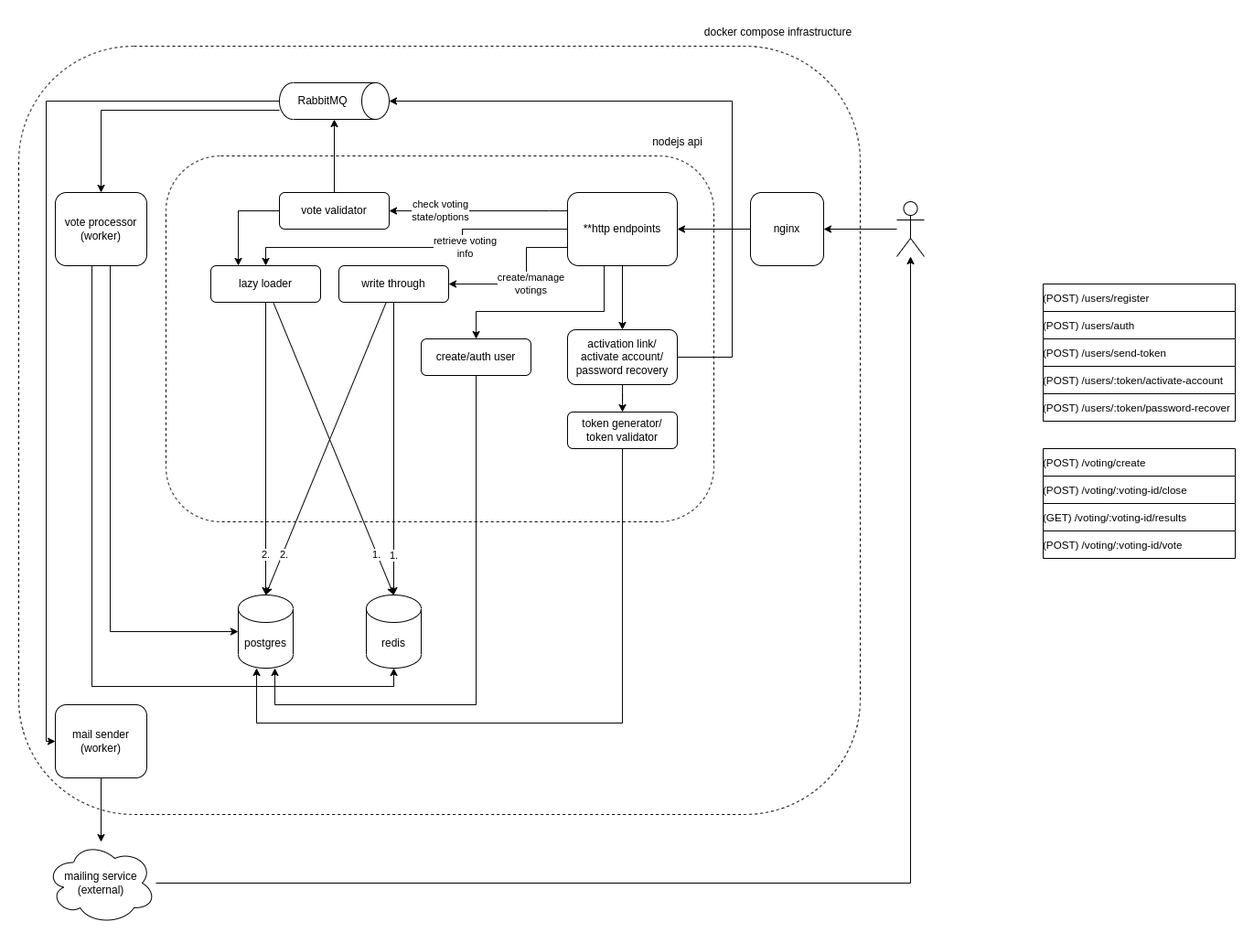
This is docs/ranked-choice-voting.architecture.png from 0x0th30/ranked-choice-voting, a draw.io export, as it was before one commit. Source tidied: cells renumbered, new cells last; positions are measured from the earlier drawing's top-left corner, leaving out a move shared by most shapes.
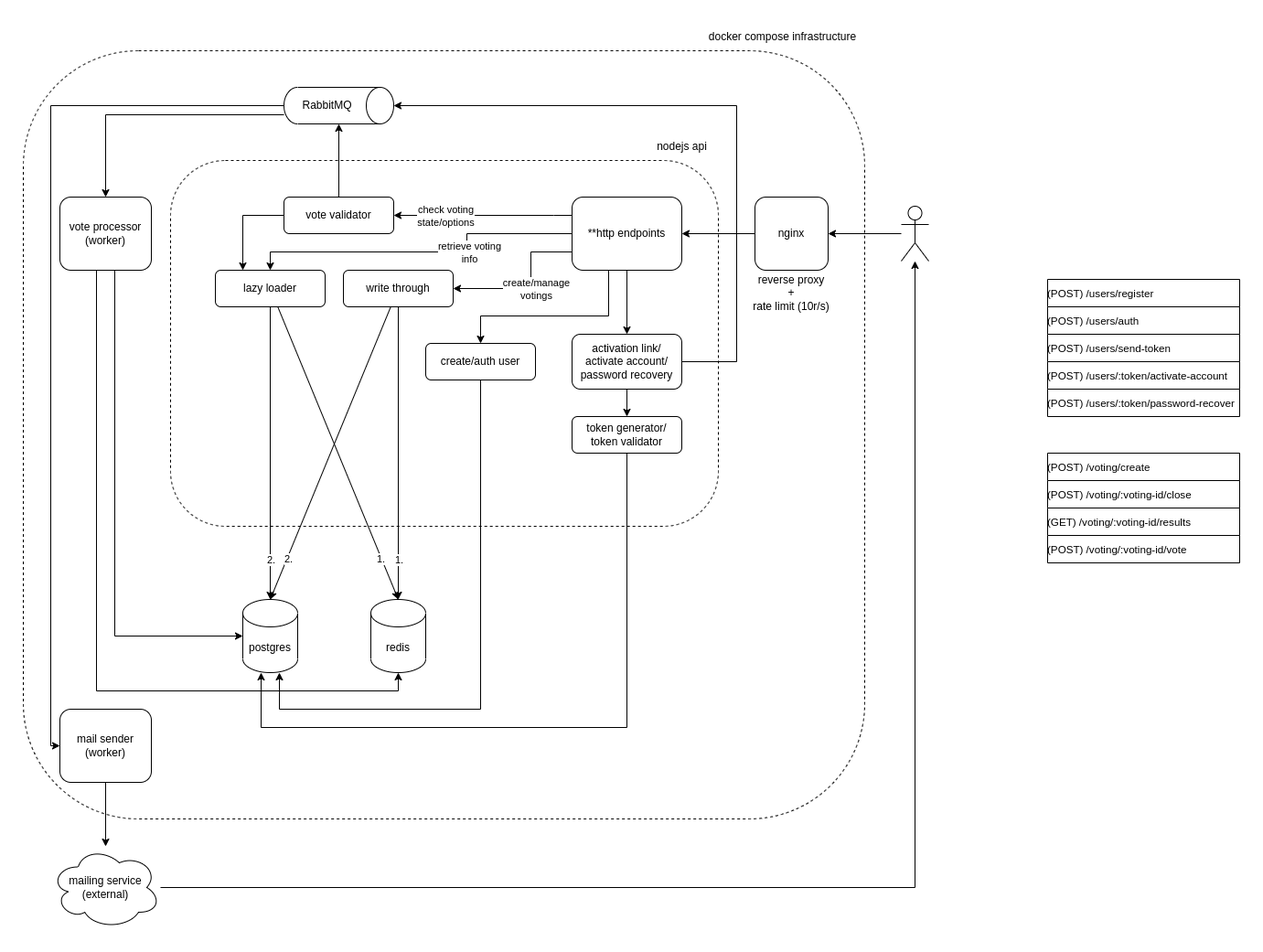
The same diagram one commit later.

Commit message:
docs: update architecture diagram

Diff of the diagram source:
```diff
@@ -189,16 +189,16 @@
       <mxGeometry x="960" y="200" width="30" height="60" as="geometry" />
     </mxCell>
     <mxCell id="45" value="&lt;div style=&quot;font-size: 1px&quot;&gt;&lt;font style=&quot;font-size:11.64px;font-family:Helvetica;color:#000000;direction:ltr;letter-spacing:0px;line-height:120%;opacity:1&quot;&gt;(POST) /users/auth&lt;/font&gt;&lt;/div&gt;" style="verticalAlign=middle;align=left;overflow=width;vsdxID=11;fillColor=#ffffff;gradientColor=none;shape=(stored shape, 160 characters);strokeColor=#000000;spacingTop=-3;spacingBottom=-3;spacingLeft=-3;spacingRight=-3;labelBackgroundColor=none;rounded=0;html=1;whiteSpace=wrap;" parent="1" vertex="1">
-      <mxGeometry x="1120" y="320" width="210" height="30" as="geometry" />
+      <mxGeometry x="1120" y="310" width="210" height="30" as="geometry" />
     </mxCell>
     <mxCell id="46" value="&lt;div style=&quot;font-size: 1px&quot;&gt;&lt;font style=&quot;font-size:11.64px;font-family:Helvetica;color:#000000;direction:ltr;letter-spacing:0px;line-height:120%;opacity:1&quot;&gt;(POST) /users/register&lt;/font&gt;&lt;/div&gt;" style="verticalAlign=middle;align=left;overflow=width;vsdxID=11;fillColor=#ffffff;gradientColor=none;shape=(stored shape, 160 characters);strokeColor=#000000;spacingTop=-3;spacingBottom=-3;spacingLeft=-3;spacingRight=-3;labelBackgroundColor=none;rounded=0;html=1;whiteSpace=wrap;" parent="1" vertex="1">
-      <mxGeometry x="1120" y="290" width="210" height="30" as="geometry" />
+      <mxGeometry x="1120" y="280" width="210" height="30" as="geometry" />
     </mxCell>
     <mxCell id="47" value="&lt;div style=&quot;font-size: 1px&quot;&gt;&lt;font style=&quot;font-size:11.64px;font-family:Helvetica;color:#000000;direction:ltr;letter-spacing:0px;line-height:120%;opacity:1&quot;&gt;(POST) /users/:token/password-recover&lt;/font&gt;&lt;/div&gt;" style="verticalAlign=middle;align=left;overflow=width;vsdxID=11;fillColor=#ffffff;gradientColor=none;shape=(stored shape, 160 characters);strokeColor=#000000;spacingTop=-3;spacingBottom=-3;spacingLeft=-3;spacingRight=-3;labelBackgroundColor=none;rounded=0;html=1;whiteSpace=wrap;" parent="1" vertex="1">
-      <mxGeometry x="1120" y="410" width="210" height="30" as="geometry" />
+      <mxGeometry x="1120" y="400" width="210" height="30" as="geometry" />
     </mxCell>
     <mxCell id="48" value="&lt;div style=&quot;font-size: 1px&quot;&gt;&lt;font style=&quot;font-size:11.64px;font-family:Helvetica;color:#000000;direction:ltr;letter-spacing:0px;line-height:120%;opacity:1&quot;&gt;(POST) /users/:token/activate-account&lt;/font&gt;&lt;/div&gt;" style="verticalAlign=middle;align=left;overflow=width;vsdxID=11;fillColor=#ffffff;gradientColor=none;shape=(stored shape, 160 characters);strokeColor=#000000;spacingTop=-3;spacingBottom=-3;spacingLeft=-3;spacingRight=-3;labelBackgroundColor=none;rounded=0;html=1;whiteSpace=wrap;" parent="1" vertex="1">
-      <mxGeometry x="1120" y="380" width="210" height="30" as="geometry" />
+      <mxGeometry x="1120" y="370" width="210" height="30" as="geometry" />
     </mxCell>
     <mxCell id="49" value="postgres" style="shape=cylinder3;whiteSpace=wrap;html=1;boundedLbl=1;backgroundOutline=1;size=15;" parent="1" vertex="1">
       <mxGeometry x="240" y="630" width="60" height="80" as="geometry" />
@@ -207,7 +207,7 @@
       <mxGeometry x="380" y="630" width="60" height="80" as="geometry" />
     </mxCell>
     <mxCell id="51" value="&lt;div style=&quot;font-size: 1px&quot;&gt;&lt;font style=&quot;font-size:11.64px;font-family:Helvetica;color:#000000;direction:ltr;letter-spacing:0px;line-height:120%;opacity:1&quot;&gt;(POST) /users/send-token&lt;/font&gt;&lt;/div&gt;" style="verticalAlign=middle;align=left;overflow=width;vsdxID=11;fillColor=#ffffff;gradientColor=none;shape=(stored shape, 160 characters);strokeColor=#000000;spacingTop=-3;spacingBottom=-3;spacingLeft=-3;spacingRight=-3;labelBackgroundColor=none;rounded=0;html=1;whiteSpace=wrap;" parent="1" vertex="1">
-      <mxGeometry x="1120" y="350" width="210" height="30" as="geometry" />
+      <mxGeometry x="1120" y="340" width="210" height="30" as="geometry" />
     </mxCell>
     <mxCell id="52" style="edgeStyle=orthogonalEdgeStyle;rounded=0;jettySize=auto;html=1;" parent="1" edge="1" source="53" target="49">
       <mxGeometry relative="1" as="geometry">
@@ -251,5 +251,8 @@
     <mxCell id="60" value="mail sender&lt;br&gt;(worker)" style="rounded=1;whiteSpace=wrap;html=1;" parent="1" vertex="1">
       <mxGeometry x="40" y="750" width="100" height="80" as="geometry" />
     </mxCell>
+    <mxCell id="61" value="reverse proxy&lt;br&gt;+&lt;br&gt;rate limit (10r/s)" style="text;html=1;strokeColor=none;fillColor=none;align=center;verticalAlign=middle;whiteSpace=wrap;rounded=0;" parent="1" vertex="1">
+      <mxGeometry x="790" y="270" width="100" height="50" as="geometry" />
+    </mxCell>
   </root>
 </mxGraphModel>
```
